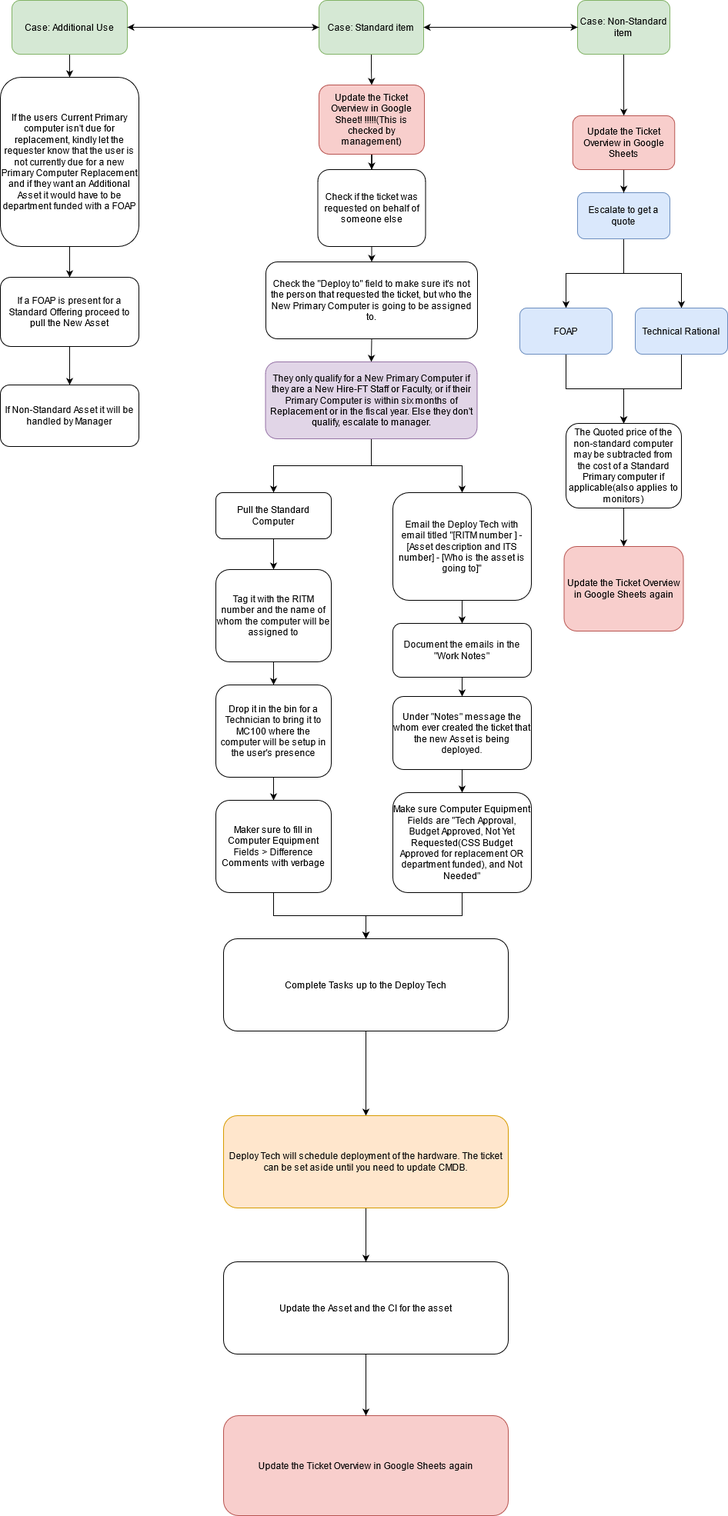
Earlier version of the draw.io export Untitled Diagram.drawio.png (KevinWongCS/USFUSF). Source tidied: cells renumbered, new cells last; positions are measured from the earlier drawing's top-left corner, leaving out a move shared by most shapes.
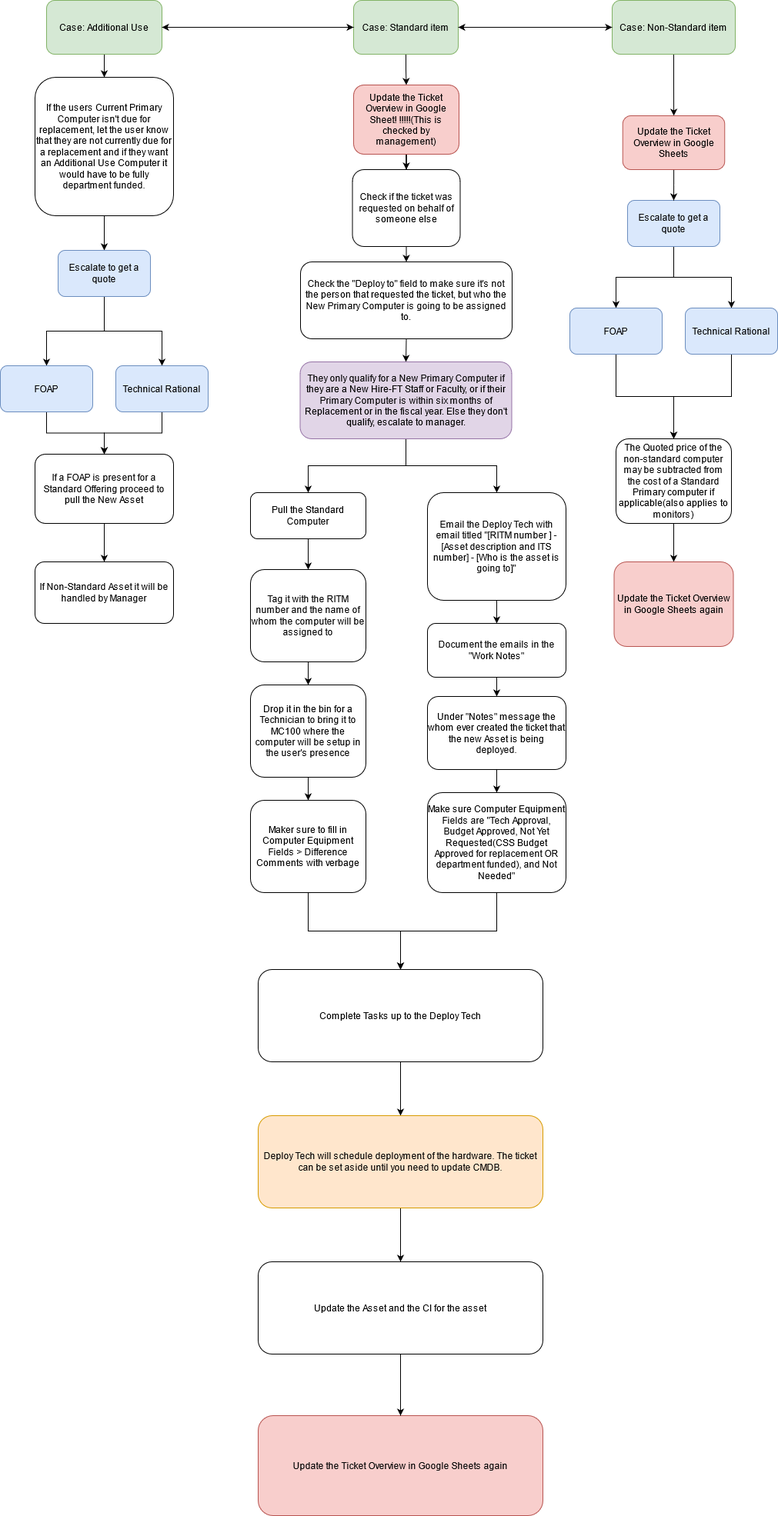
Above is the later version.

Change to the diagram source:
```diff
@@ -58,11 +58,11 @@
     <mxCell id="19" value="Drop it in the bin for a Technician to bring it to MC100 where the computer will be setup in the user's presence" style="rounded=1;whiteSpace=wrap;html=1;" parent="1" vertex="1">
       <mxGeometry x="280" y="890" width="150" height="120" as="geometry" />
     </mxCell>
-    <mxCell id="20" style="edgeStyle=orthogonalEdgeStyle;rounded=0;jettySize=auto;html=1;" parent="1" edge="1" source="21" target="40">
-      <mxGeometry relative="1" as="geometry" />
-    </mxCell>
+    <mxCell id="59" style="edgeStyle=orthogonalEdgeStyle;rounded=0;jettySize=auto;html=1;" parent="1" edge="1" source="21" target="62">
+      <mxGeometry relative="1" as="geometry" />
+    </mxCell>
-    <mxCell id="21" value="If the users Current Primary computer isn't due for replacement, kindly let the requester know that the user is not currently due for a new Primary Computer Replacement and if they want an Additional Asset it would have to be department funded with a FOAP" style="rounded=1;whiteSpace=wrap;html=1;" parent="1" vertex="1">
-      <mxGeometry y="100" width="180" height="220" as="geometry" />
+    <mxCell id="21" value="If the users Current Primary Computer isn't due for replacement, let the user know that they are not currently due for a replacement and if they want an Additional Use Computer it would have to be fully department funded." style="rounded=1;whiteSpace=wrap;html=1;" parent="1" vertex="1">
+      <mxGeometry y="100" width="180" height="180" as="geometry" />
     </mxCell>
     <mxCell id="22" style="edgeStyle=orthogonalEdgeStyle;rounded=0;jettySize=auto;html=1;" parent="1" edge="1" source="23" target="25">
       <mxGeometry relative="1" as="geometry" />
@@ -83,31 +83,31 @@
       <mxGeometry relative="1" as="geometry" />
     </mxCell>
     <mxCell id="28" value="Escalate to get a quote" style="rounded=1;whiteSpace=wrap;html=1;fillColor=#dae8fc;strokeColor=#6c8ebf;" parent="1" vertex="1">
-      <mxGeometry x="750" y="250" width="120" height="60" as="geometry" />
+      <mxGeometry x="770" y="260" width="120" height="60" as="geometry" />
     </mxCell>
     <mxCell id="29" style="edgeStyle=orthogonalEdgeStyle;rounded=0;jettySize=auto;html=1;" parent="1" edge="1" source="30" target="34">
       <mxGeometry relative="1" as="geometry" />
     </mxCell>
     <mxCell id="30" value="FOAP" style="rounded=1;whiteSpace=wrap;html=1;fillColor=#dae8fc;strokeColor=#6c8ebf;" parent="1" vertex="1">
-      <mxGeometry x="675" y="400" width="120" height="60" as="geometry" />
+      <mxGeometry x="695" y="400" width="120" height="60" as="geometry" />
     </mxCell>
     <mxCell id="31" style="edgeStyle=orthogonalEdgeStyle;rounded=0;jettySize=auto;html=1;entryX=0.5;entryY=0;entryDx=0;entryDy=0;" parent="1" edge="1" source="32" target="34">
       <mxGeometry relative="1" as="geometry" />
     </mxCell>
     <mxCell id="32" value="Technical Rational" style="rounded=1;whiteSpace=wrap;html=1;fillColor=#dae8fc;strokeColor=#6c8ebf;" parent="1" vertex="1">
-      <mxGeometry x="825" y="400" width="120" height="60" as="geometry" />
+      <mxGeometry x="845" y="400" width="120" height="60" as="geometry" />
     </mxCell>
     <mxCell id="33" style="edgeStyle=orthogonalEdgeStyle;rounded=0;jettySize=auto;html=1;" parent="1" edge="1" source="34" target="51">
       <mxGeometry relative="1" as="geometry" />
     </mxCell>
     <mxCell id="34" value="The Quoted price of the non-standard computer may be subtracted from the cost of a Standard Primary computer if applicable(also applies to monitors)" style="rounded=1;whiteSpace=wrap;html=1;" parent="1" vertex="1">
-      <mxGeometry x="735" y="550" width="150" height="110" as="geometry" />
+      <mxGeometry x="755" y="570" width="150" height="110" as="geometry" />
     </mxCell>
     <mxCell id="35" style="edgeStyle=orthogonalEdgeStyle;rounded=0;jettySize=auto;html=1;" parent="1" edge="1" source="36" target="50">
       <mxGeometry relative="1" as="geometry" />
     </mxCell>
     <mxCell id="36" value="Case: Non-Standard item" style="rounded=1;whiteSpace=wrap;html=1;fillColor=#d5e8d4;strokeColor=#82b366;" parent="1" vertex="1">
-      <mxGeometry x="750" width="120" height="70" as="geometry" />
+      <mxGeometry x="750" width="160" height="70" as="geometry" />
     </mxCell>
     <mxCell id="37" style="edgeStyle=orthogonalEdgeStyle;rounded=0;jettySize=auto;html=1;" parent="1" edge="1" source="38" target="47">
       <mxGeometry relative="1" as="geometry" />
@@ -119,16 +119,16 @@
       <mxGeometry relative="1" as="geometry" />
     </mxCell>
     <mxCell id="40" value="If a FOAP is present for a Standard Offering proceed to pull the New Asset " style="rounded=1;whiteSpace=wrap;html=1;" parent="1" vertex="1">
-      <mxGeometry y="360" width="180" height="90" as="geometry" />
+      <mxGeometry y="590" width="180" height="90" as="geometry" />
     </mxCell>
     <mxCell id="41" value="If Non-Standard Asset it will be handled by Manager" style="rounded=1;whiteSpace=wrap;html=1;" parent="1" vertex="1">
-      <mxGeometry y="500" width="180" height="80" as="geometry" />
+      <mxGeometry y="730" width="180" height="80" as="geometry" />
     </mxCell>
     <mxCell id="42" style="edgeStyle=orthogonalEdgeStyle;rounded=0;jettySize=auto;html=1;" parent="1" edge="1" source="43" target="58">
       <mxGeometry relative="1" as="geometry" />
     </mxCell>
     <mxCell id="43" value="Complete Tasks up to the Deploy Tech" style="rounded=1;whiteSpace=wrap;html=1;" parent="1" vertex="1">
-      <mxGeometry x="290" y="1220" width="370" height="120" as="geometry" />
+      <mxGeometry x="290" y="1260" width="370" height="120" as="geometry" />
     </mxCell>
     <mxCell id="44" style="edgeStyle=orthogonalEdgeStyle;rounded=0;jettySize=auto;html=1;" parent="1" edge="1" source="45" target="43">
       <mxGeometry relative="1" as="geometry" />
@@ -149,10 +149,10 @@
       <mxGeometry relative="1" as="geometry" />
     </mxCell>
     <mxCell id="50" value="Update the Ticket Overview in Google Sheets " style="rounded=1;whiteSpace=wrap;html=1;fillColor=#f8cecc;strokeColor=#b85450;" parent="1" vertex="1">
-      <mxGeometry x="743.8" y="150" width="132.5" height="70" as="geometry" />
+      <mxGeometry x="763.8" y="150" width="132.5" height="70" as="geometry" />
     </mxCell>
     <mxCell id="51" value="Update the Ticket Overview in Google Sheets again" style="rounded=1;whiteSpace=wrap;html=1;fillColor=#f8cecc;strokeColor=#b85450;" parent="1" vertex="1">
-      <mxGeometry x="732.5" y="710" width="155" height="110" as="geometry" />
+      <mxGeometry x="752.5" y="730" width="155" height="110" as="geometry" />
     </mxCell>
     <mxCell id="52" style="edgeStyle=orthogonalEdgeStyle;rounded=0;jettySize=auto;html=1;" parent="1" edge="1" source="53" target="48">
       <mxGeometry relative="1" as="geometry" />
@@ -175,5 +175,26 @@
     <mxCell id="58" value="Deploy Tech will schedule deployment of the hardware. The ticket can be set aside until you need to update CMDB." style="rounded=1;whiteSpace=wrap;html=1;fillColor=#ffe6cc;strokeColor=#d79b00;" parent="1" vertex="1">
       <mxGeometry x="290" y="1450" width="370" height="120" as="geometry" />
     </mxCell>
+    <mxCell id="60" style="edgeStyle=orthogonalEdgeStyle;rounded=0;jettySize=auto;html=1;exitX=0.5;exitY=1;exitDx=0;exitDy=0;entryX=0.5;entryY=0;entryDx=0;entryDy=0;" parent="1" edge="1" source="62" target="64">
+      <mxGeometry relative="1" as="geometry" />
+    </mxCell>
+    <mxCell id="61" style="edgeStyle=orthogonalEdgeStyle;rounded=0;jettySize=auto;html=1;entryX=0.5;entryY=0;entryDx=0;entryDy=0;" parent="1" edge="1" source="62" target="66">
+      <mxGeometry relative="1" as="geometry" />
+    </mxCell>
+    <mxCell id="62" value="Escalate to get a quote" style="rounded=1;whiteSpace=wrap;html=1;fillColor=#dae8fc;strokeColor=#6c8ebf;" parent="1" vertex="1">
+      <mxGeometry x="30" y="325" width="120" height="60" as="geometry" />
+    </mxCell>
+    <mxCell id="63" style="edgeStyle=orthogonalEdgeStyle;rounded=0;jettySize=auto;html=1;" parent="1" edge="1" source="64" target="40">
+      <mxGeometry relative="1" as="geometry" />
+    </mxCell>
+    <mxCell id="64" value="FOAP" style="rounded=1;whiteSpace=wrap;html=1;fillColor=#dae8fc;strokeColor=#6c8ebf;" parent="1" vertex="1">
+      <mxGeometry x="-45" y="475" width="120" height="60" as="geometry" />
+    </mxCell>
+    <mxCell id="65" style="edgeStyle=orthogonalEdgeStyle;rounded=0;jettySize=auto;html=1;" parent="1" edge="1" source="66" target="40">
+      <mxGeometry relative="1" as="geometry" />
+    </mxCell>
+    <mxCell id="66" value="Technical Rational" style="rounded=1;whiteSpace=wrap;html=1;fillColor=#dae8fc;strokeColor=#6c8ebf;" parent="1" vertex="1">
+      <mxGeometry x="105" y="475" width="120" height="60" as="geometry" />
+    </mxCell>
   </root>
 </mxGraphModel>
```
